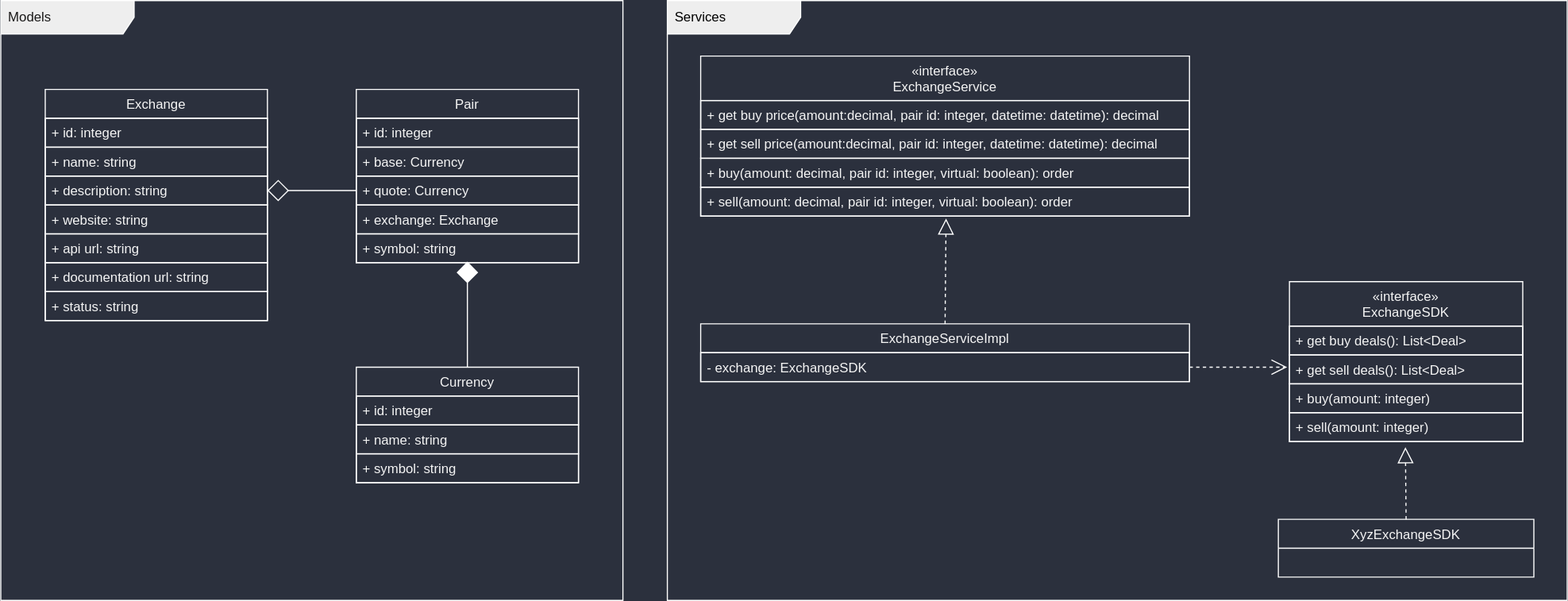
Earlier version of the draw.io export docs/design.drawio.svg (prudentical/exchange-service). Source tidied: cells renumbered, new cells last; positions are measured from the earlier drawing's top-left corner, leaving out a move shared by most shapes.
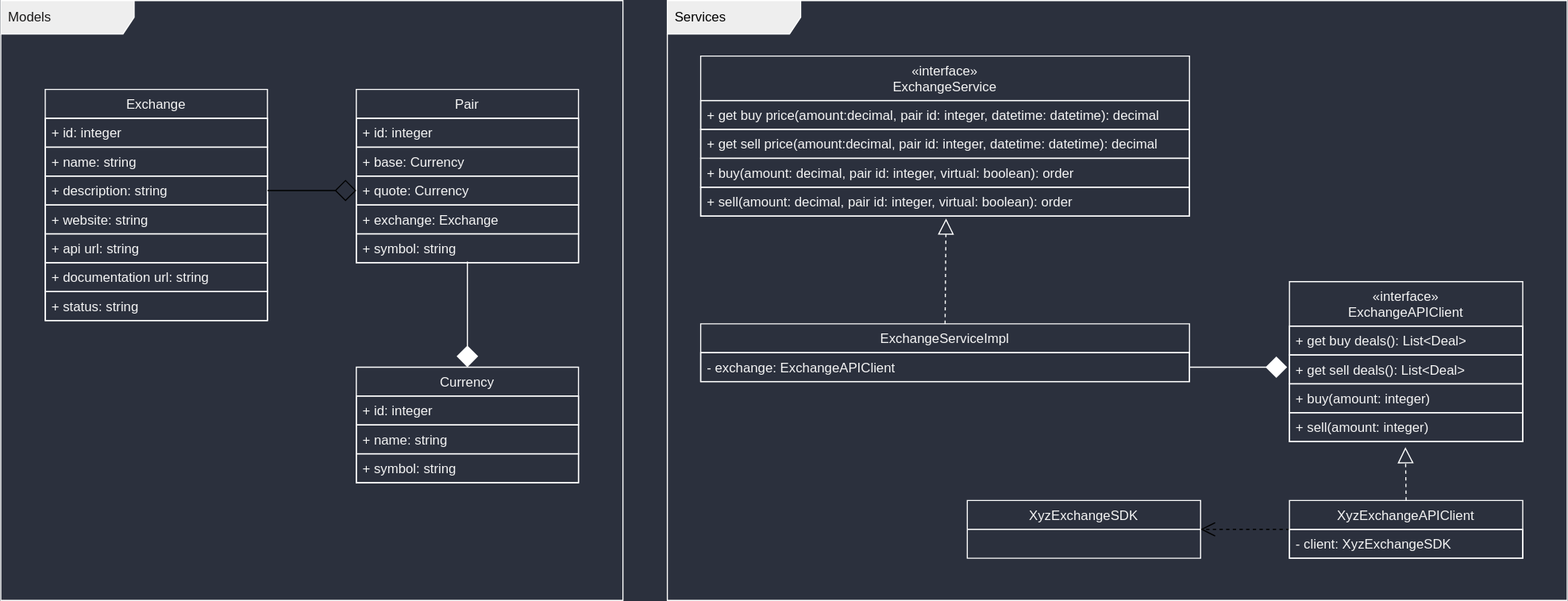
After the commit.

Commit message:
Fix wrong relation type and minor imporvements

The edit, as a diff of the source:
```diff
@@ -53,10 +53,10 @@
     <mxCell id="18" value="ExchangeServiceImpl" style="swimlane;fontStyle=0;horizontal=1;startSize=26;fillColor=none;fontColor=#f5f5f5;strokeColor=#FFFFFF;" parent="1" vertex="1">
       <mxGeometry x="630" y="291" width="440" height="52" as="geometry" />
     </mxCell>
-    <mxCell id="19" value="- exchange: ExchangeSDK" style="text;strokeColor=#FFFFFF;fillColor=none;align=left;verticalAlign=top;spacingLeft=4;spacingRight=4;overflow=hidden;fontColor=#f5f5f5;" parent="18" vertex="1">
+    <mxCell id="19" value="- exchange: ExchangeAPIClient" style="text;strokeColor=#FFFFFF;fillColor=none;align=left;verticalAlign=top;spacingLeft=4;spacingRight=4;overflow=hidden;fontColor=#f5f5f5;" parent="18" vertex="1">
       <mxGeometry y="26" width="440" height="26" as="geometry" />
     </mxCell>
-    <mxCell id="20" value="«interface»&#10;ExchangeSDK" style="swimlane;fontStyle=0;horizontal=1;startSize=40;fillColor=none;fontColor=#f5f5f5;strokeColor=#FFFFFF;" parent="1" vertex="1">
+    <mxCell id="20" value="«interface»&#10;ExchangeAPIClient" style="swimlane;fontStyle=0;horizontal=1;startSize=40;fillColor=none;fontColor=#f5f5f5;strokeColor=#FFFFFF;" parent="1" vertex="1">
       <mxGeometry x="1160" y="253" width="210" height="144" as="geometry" />
     </mxCell>
     <mxCell id="21" value="+ get buy deals(): List&lt;Deal&gt;" style="text;strokeColor=#FFFFFF;fillColor=none;align=left;verticalAlign=top;spacingLeft=4;spacingRight=4;overflow=hidden;fontColor=#f5f5f5;" parent="20" vertex="1">
@@ -71,15 +71,13 @@
     <mxCell id="24" value="+ sell(amount: integer)" style="text;strokeColor=#FFFFFF;fillColor=none;align=left;verticalAlign=top;spacingLeft=4;spacingRight=4;overflow=hidden;fontColor=#f5f5f5;" parent="20" vertex="1">
       <mxGeometry y="118" width="210" height="26" as="geometry" />
     </mxCell>
-    <mxCell id="25" value="XyzExchangeSDK" style="swimlane;fontStyle=0;horizontal=1;startSize=26;fillColor=none;fontColor=#f5f5f5;strokeColor=#FFFFFF;" parent="1" vertex="1">
-      <mxGeometry x="1150" y="467" width="230" height="52" as="geometry" />
-    </mxCell>
-    <mxCell id="26" style="endArrow=block;dashed=1;endFill=0;endSize=12;html=1;entryX=0.502;entryY=1.083;entryDx=0;entryDy=0;entryPerimeter=0;exitX=0.5;exitY=0;exitDx=0;exitDy=0;fontColor=#f5f5f5;strokeColor=#FFFFFF;" parent="1" edge="1" source="25">
+    <mxCell id="26" style="endArrow=block;dashed=1;endFill=0;endSize=12;html=1;entryX=0.502;entryY=1.083;entryDx=0;entryDy=0;entryPerimeter=0;exitX=0.5;exitY=0;exitDx=0;exitDy=0;fontColor=#f5f5f5;strokeColor=#FFFFFF;" parent="1" edge="1">
       <mxGeometry relative="1" as="geometry">
+        <mxPoint x="1265" y="450" as="sourcePoint" />
         <mxPoint x="1264.4" y="402" as="targetPoint" />
       </mxGeometry>
     </mxCell>
-    <mxCell id="27" style="endArrow=open;endFill=1;endSize=12;html=1;dashed=1;entryX=-0.01;entryY=0.808;entryDx=0;entryDy=0;entryPerimeter=0;fontColor=#f5f5f5;strokeColor=#FFFFFF;" parent="1" edge="1">
+    <mxCell id="27" style="endArrow=diamond;endFill=1;endSize=17;html=1;entryX=-0.01;entryY=0.808;entryDx=0;entryDy=0;entryPerimeter=0;fontColor=#f5f5f5;strokeColor=#FFFFFF;" parent="1" edge="1">
       <mxGeometry relative="1" as="geometry">
         <mxPoint x="1070" y="330" as="sourcePoint" />
         <mxPoint x="1157.9" y="330" as="targetPoint" />
@@ -115,11 +113,23 @@
     <mxCell id="37" value="+ symbol: string" style="text;strokeColor=#FFFFFF;fillColor=none;align=left;verticalAlign=top;spacingLeft=4;spacingRight=4;overflow=hidden;points=[[0,0.5],[1,0.5]];portConstraint=eastwest;fontColor=#f5f5f5;" parent="32" vertex="1">
       <mxGeometry y="130" width="200" height="26" as="geometry" />
     </mxCell>
-    <mxCell id="38" style="endArrow=none;endFill=0;endSize=17;html=1;entryX=0.5;entryY=0;entryDx=0;entryDy=0;fontColor=#f5f5f5;strokeColor=#FFFFFF;exitX=0.5;exitY=0.962;exitDx=0;exitDy=0;exitPerimeter=0;startArrow=diamond;startFill=1;startSize=17;" parent="1" edge="1" source="37" target="28">
+    <mxCell id="38" style="endArrow=diamond;endFill=1;endSize=17;html=1;entryX=0.5;entryY=0;entryDx=0;entryDy=0;fontColor=#f5f5f5;strokeColor=#FFFFFF;exitX=0.5;exitY=0.962;exitDx=0;exitDy=0;exitPerimeter=0;startArrow=none;startFill=0;startSize=17;" parent="1" edge="1" source="37" target="28">
       <mxGeometry relative="1" as="geometry" />
     </mxCell>
-    <mxCell id="39" style="endArrow=diamond;endFill=0;endSize=17;html=1;entryX=1;entryY=0.5;entryDx=0;entryDy=0;fontColor=#f5f5f5;strokeColor=#FFFFFF;exitX=0;exitY=0.5;exitDx=0;exitDy=0;strokeWidth=1;" parent="1" edge="1" source="35" target="7">
-      <mxGeometry relative="1" as="geometry" />
-    </mxCell>
+    <mxCell id="40" style="edgeStyle=none;html=1;dashed=1;endArrow=open;endFill=0;endSize=11;" parent="1" edge="1" source="41" target="25">
+      <mxGeometry relative="1" as="geometry" />
+    </mxCell>
+    <mxCell id="41" value="XyzExchangeAPIClient" style="swimlane;fontStyle=0;horizontal=1;startSize=26;fillColor=none;fontColor=#f5f5f5;strokeColor=#FFFFFF;" parent="1" vertex="1">
+      <mxGeometry x="1160" y="450" width="210" height="52" as="geometry" />
+    </mxCell>
+    <mxCell id="42" value="- client: XyzExchangeSDK" style="text;strokeColor=#FFFFFF;fillColor=none;align=left;verticalAlign=top;spacingLeft=4;spacingRight=4;overflow=hidden;fontColor=#f5f5f5;" parent="41" vertex="1">
+      <mxGeometry y="26" width="210" height="26" as="geometry" />
+    </mxCell>
+    <mxCell id="25" value="XyzExchangeSDK" style="swimlane;fontStyle=0;horizontal=1;startSize=26;fillColor=none;fontColor=#f5f5f5;strokeColor=#FFFFFF;" parent="1" vertex="1">
+      <mxGeometry x="870" y="450" width="210" height="52" as="geometry" />
+    </mxCell>
+    <mxCell id="43" style="edgeStyle=none;html=1;entryX=0;entryY=0.5;entryDx=0;entryDy=0;startArrow=none;startFill=0;endArrow=diamond;endFill=0;endSize=17;strokeWidth=1;startSize=17;" parent="1" edge="1" source="7" target="35">
+      <mxGeometry relative="1" as="geometry" />
+    </mxCell>
   </root>
 </mxGraphModel>
```
